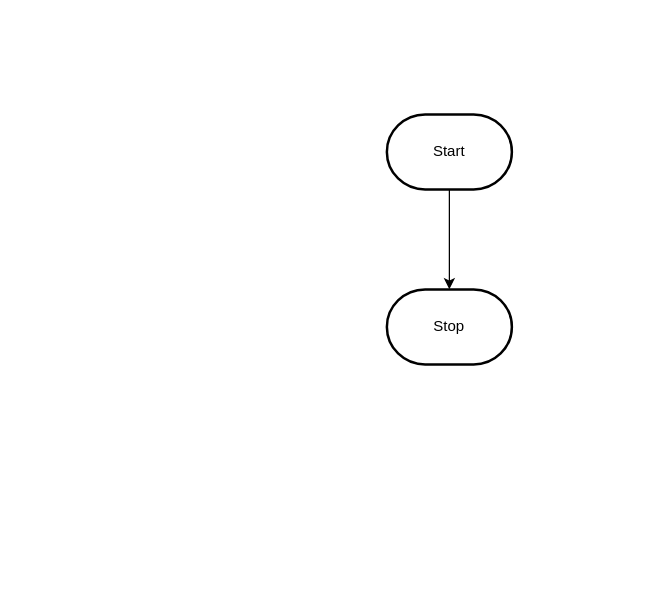
MTHS-TEJ2O-1-2023/TEJ2O-Unit-2-07-michael-bruneau keeps this draw.io diagram as design/flowchart.drawio. Above is the earlier version. Source tidied: cells renumbered, new cells numbered last; positions are measured from the earlier drawing's top-left corner, leaving out a move shared by most shapes. Both pictures are drawn from the tidied source at 125%, with x=0, y=0 at pixel (386, 114).
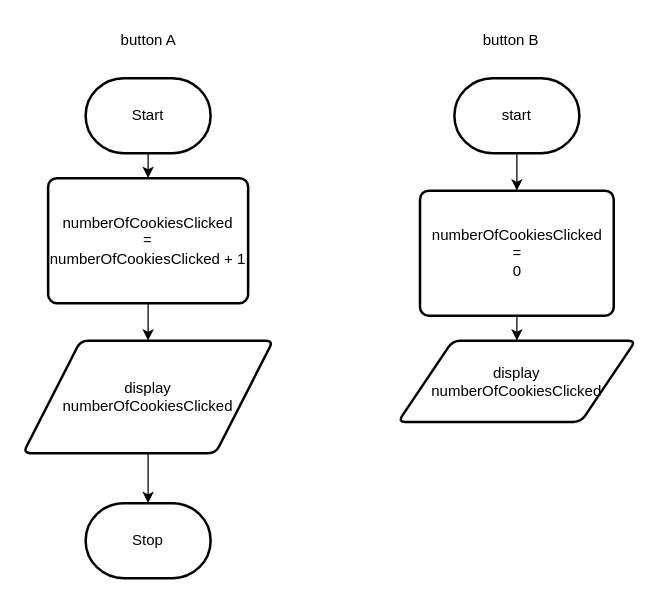
After the change.

Change to the diagram source:
```diff
@@
 <mxGraphModel>
   <root>
     <mxCell id="0" />
     <mxCell id="1" parent="0" />
-    <mxCell id="2" style="edgeStyle=orthogonalEdgeStyle;html=1;rounded=0;" parent="1" edge="1" source="3" target="4">
-      <mxGeometry relative="1" as="geometry" />
-    </mxCell>
+    <mxCell id="5" style="edgeStyle=none;html=1;exitX=0.5;exitY=1;exitDx=0;exitDy=0;exitPerimeter=0;" parent="1" edge="1" source="3" target="2">
+      <mxGeometry relative="1" as="geometry" />
+    </mxCell>
     <mxCell id="3" value="Start" style="strokeWidth=2;html=1;shape=mxgraph.flowchart.terminator;whiteSpace=wrap;" parent="1" vertex="1">
-      <mxGeometry width="100" height="60" as="geometry" />
+      <mxGeometry x="-241" y="-29" width="100" height="60" as="geometry" />
     </mxCell>
     <mxCell id="4" value="Stop" style="strokeWidth=2;html=1;shape=mxgraph.flowchart.terminator;whiteSpace=wrap;" parent="1" vertex="1">
-      <mxGeometry y="140" width="100" height="60" as="geometry" />
+      <mxGeometry x="-241" y="311" width="100" height="60" as="geometry" />
     </mxCell>
+    <mxCell id="6" style="edgeStyle=none;html=1;exitX=0.5;exitY=1;exitDx=0;exitDy=0;entryX=0.5;entryY=0;entryDx=0;entryDy=0;" parent="1" edge="1" source="2" target="8">
+      <mxGeometry relative="1" as="geometry" />
+    </mxCell>
+    <mxCell id="2" value="numberOfCookiesClicked&lt;br&gt;=&lt;br&gt;numberOfCookiesClicked + 1" style="rounded=1;whiteSpace=wrap;html=1;absoluteArcSize=1;arcSize=14;strokeWidth=2;" parent="1" vertex="1">
+      <mxGeometry x="-271" y="51" width="160" height="100" as="geometry" />
+    </mxCell>
+    <mxCell id="7" style="edgeStyle=none;html=1;exitX=0.5;exitY=1;exitDx=0;exitDy=0;entryX=0.5;entryY=0;entryDx=0;entryDy=0;entryPerimeter=0;" parent="1" edge="1" source="8" target="4">
+      <mxGeometry relative="1" as="geometry" />
+    </mxCell>
+    <mxCell id="8" value="display&lt;br&gt;numberOfCookiesClicked" style="shape=parallelogram;html=1;strokeWidth=2;perimeter=parallelogramPerimeter;whiteSpace=wrap;rounded=1;arcSize=12;size=0.23;" parent="1" vertex="1">
+      <mxGeometry x="-291" y="181" width="200" height="90" as="geometry" />
+    </mxCell>
+    <mxCell id="9" style="edgeStyle=none;html=1;exitX=0.5;exitY=1;exitDx=0;exitDy=0;exitPerimeter=0;entryX=0.5;entryY=0;entryDx=0;entryDy=0;" parent="1" edge="1" source="10" target="14">
+      <mxGeometry relative="1" as="geometry" />
+    </mxCell>
+    <mxCell id="10" value="start" style="strokeWidth=2;html=1;shape=mxgraph.flowchart.terminator;whiteSpace=wrap;" parent="1" vertex="1">
+      <mxGeometry x="54" y="-29" width="100" height="60" as="geometry" />
+    </mxCell>
+    <mxCell id="11" value="button A" style="text;html=1;align=center;verticalAlign=middle;strokeColor=none;fillColor=none;" parent="1" vertex="1">
+      <mxGeometry x="-226" y="-74" width="70" height="30" as="geometry" />
+    </mxCell>
+    <mxCell id="12" value="button B" style="text;html=1;align=center;verticalAlign=middle;strokeColor=none;fillColor=none;" parent="1" vertex="1">
+      <mxGeometry x="64" y="-74" width="70" height="30" as="geometry" />
+    </mxCell>
+    <mxCell id="13" style="edgeStyle=none;html=1;exitX=0.5;exitY=1;exitDx=0;exitDy=0;entryX=0.5;entryY=0;entryDx=0;entryDy=0;" parent="1" edge="1" source="14" target="15">
+      <mxGeometry relative="1" as="geometry" />
+    </mxCell>
+    <mxCell id="14" value="numberOfCookiesClicked&lt;br&gt;=&lt;br&gt;0" style="rounded=1;whiteSpace=wrap;html=1;absoluteArcSize=1;arcSize=14;strokeWidth=2;" parent="1" vertex="1">
+      <mxGeometry x="26.5" y="61" width="155" height="100" as="geometry" />
+    </mxCell>
+    <mxCell id="15" value="display&lt;br&gt;numberOfCookiesClicked" style="shape=parallelogram;html=1;strokeWidth=2;perimeter=parallelogramPerimeter;whiteSpace=wrap;rounded=1;arcSize=12;size=0.23;" parent="1" vertex="1">
+      <mxGeometry x="9" y="181" width="190" height="65" as="geometry" />
+    </mxCell>
   </root>
 </mxGraphModel>
```
